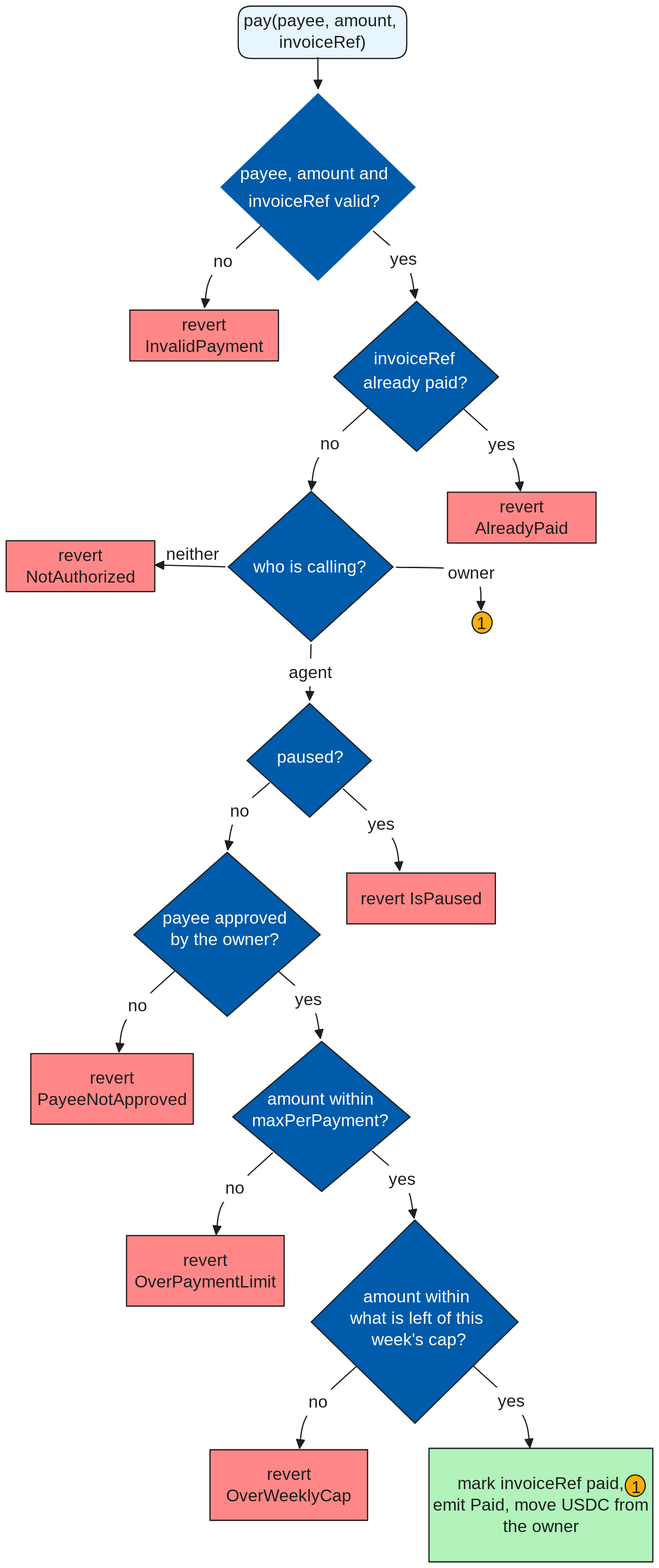
Before: docs/assets/diagrams/how-a-payment-is-accepted.svg, a diagram exported from Excalidraw (JaDi03/embco). Source tidied: one line per element, renumbered; positions are measured from the earlier drawing's top-left corner, leaving out a move shared by most shapes.
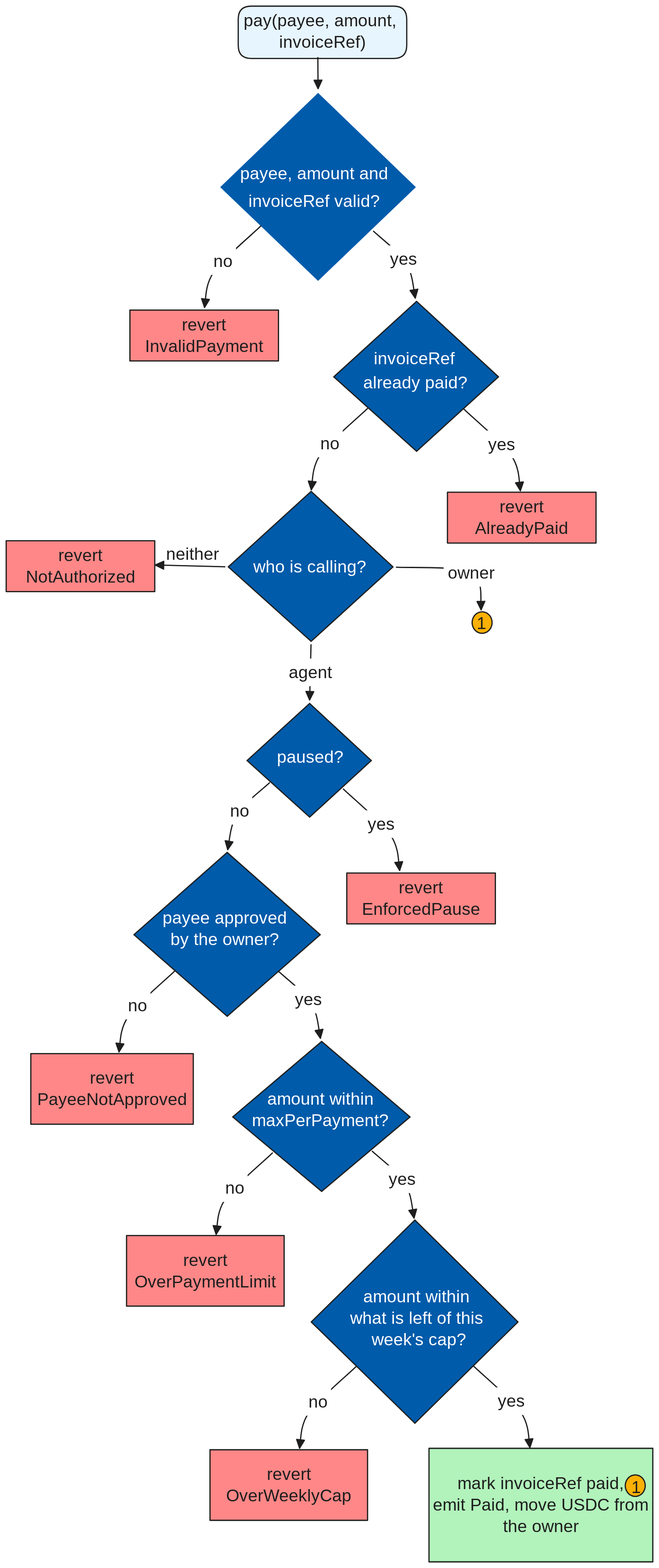
Later version of the same file.

What changed in the source:
```diff
@@ -17,7 +17,7 @@
 {"id": 16, "type": "rectangle", "strokeColor": "#1e1e1e", "backgroundColor": "#ff8787", "fillStyle": "solid", "strokeWidth": 2, "roughness": 0, "x": 0, "y": 871, "width": 242, "height": 83}
 {"id": 17, "type": "text", "text": "revert\nNotAuthorized", "strokeColor": "#1e1e1e", "strokeWidth": 2, "roughness": 1, "fontSize": 28, "fontFamily": 6, "textAlign": "center", "verticalAlign": "middle", "inside": 16, "x": 28, "y": 878, "width": 186, "height": 70}
 {"id": 18, "type": "rectangle", "strokeColor": "#1e1e1e", "backgroundColor": "#ff8787", "fillStyle": "solid", "strokeWidth": 2, "roughness": 0, "x": 555, "y": 1413, "width": 242, "height": 83}
-{"id": 19, "type": "text", "text": "revert IsPaused", "strokeColor": "#1e1e1e", "strokeWidth": 2, "roughness": 1, "fontSize": 28, "fontFamily": 6, "textAlign": "center", "verticalAlign": "middle", "inside": 18, "x": 578, "y": 1436, "width": 196, "height": 35}
+{"id": 19, "type": "text", "text": "revert\nEnforcedPause", "strokeColor": "#1e1e1e", "strokeWidth": 2, "roughness": 1, "fontSize": 28, "fontFamily": 6, "textAlign": "center", "verticalAlign": "middle", "inside": 18, "x": 582, "y": 1419, "width": 188, "height": 70}
 {"id": 20, "type": "rectangle", "strokeColor": "#1e1e1e", "backgroundColor": "#ff8787", "fillStyle": "solid", "strokeWidth": 2, "roughness": 0, "x": 196, "y": 2003, "width": 257, "height": 115}
 {"id": 21, "type": "text", "text": "revert\nOverPaymentLimit", "strokeColor": "#1e1e1e", "strokeWidth": 2, "roughness": 1, "fontSize": 28, "fontFamily": 6, "textAlign": "center", "verticalAlign": "middle", "inside": 20, "x": 207, "y": 2026, "width": 235, "height": 70}
 {"id": 22, "type": "rectangle", "strokeColor": "#1e1e1e", "backgroundColor": "#ff8787", "fillStyle": "solid", "strokeWidth": 2, "roughness": 0, "x": 332, "y": 2352, "width": 257, "height": 115}
```
